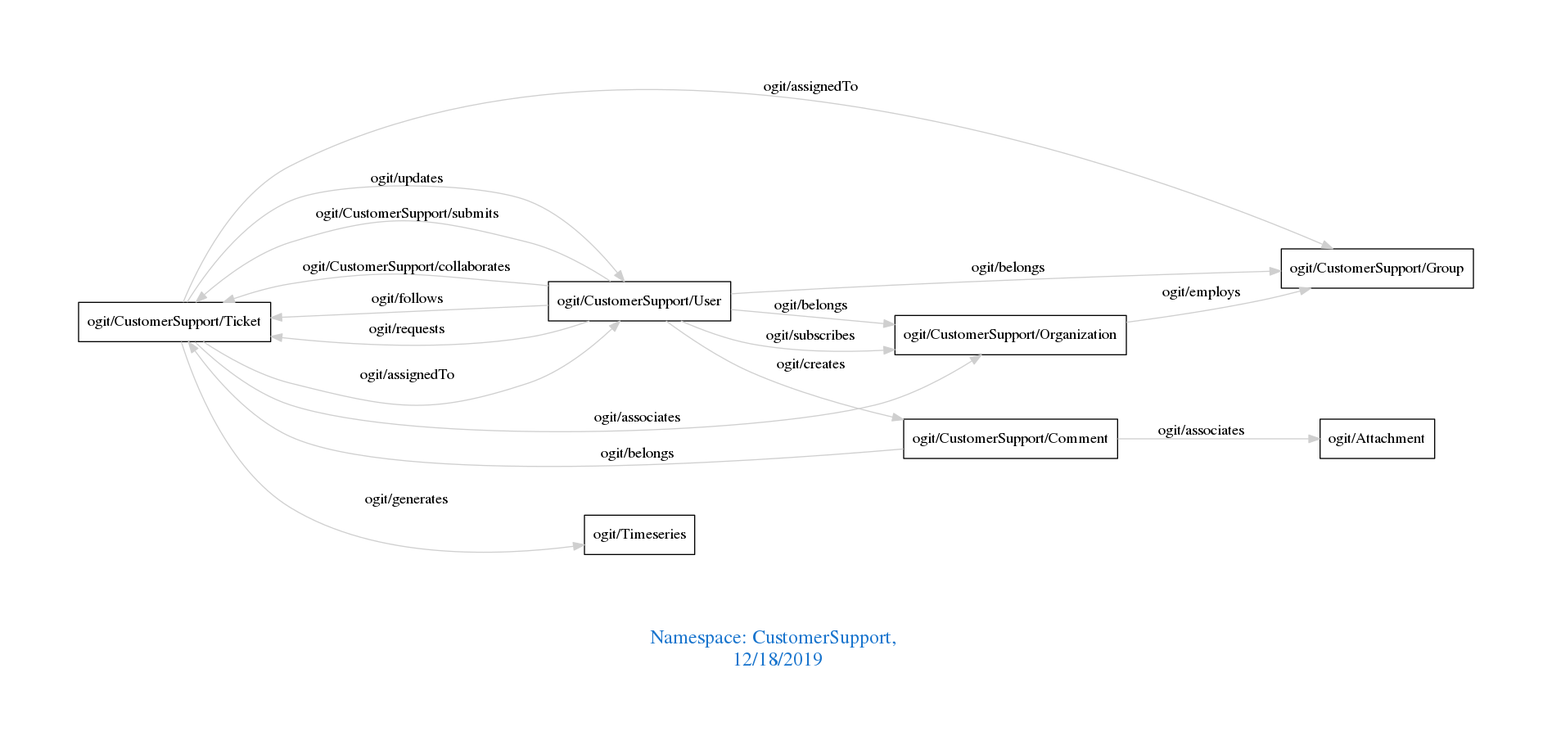
The Graphviz diagram downloads/CustomerSupport.png in arago/OGIT, before a commit. Its source is kept beside it as downloads/CustomerSupport.dot.
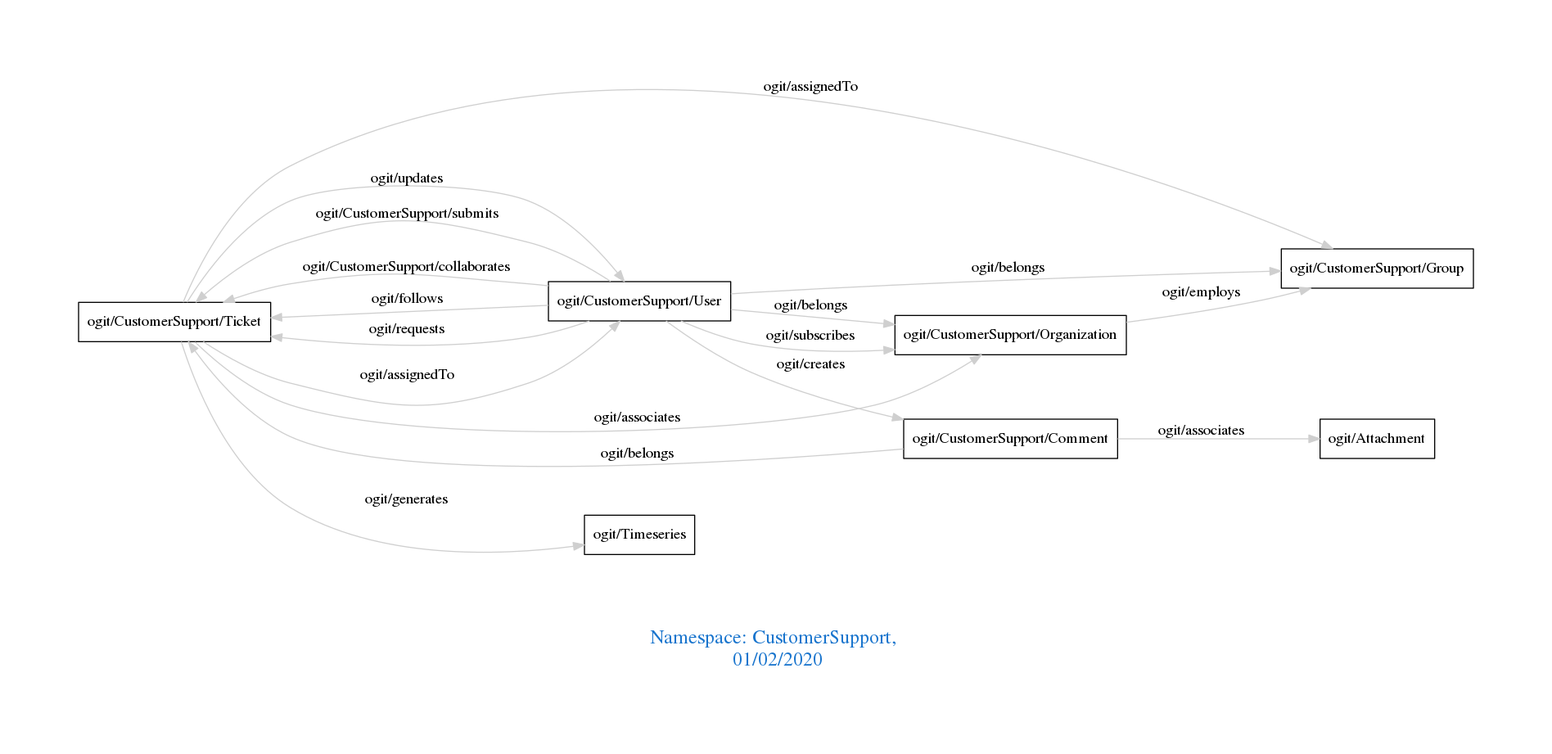
The same file after the commit.

What changed in the source:
```diff
@@ -1,7 +1,7 @@
 digraph OGIT_ontology {
  graph [ rankdir= LR,pad=1
 fontsize = 18,
-fontcolor= dodgerblue3,label = "\n\n\nNamespace: CustomerSupport, \n 12/18/2019"];
+fontcolor= dodgerblue3,label = "\n\n\nNamespace: CustomerSupport, \n 01/02/2020"];
 node[shape=polygon];
 edge [  color="gray81"];
 
```
